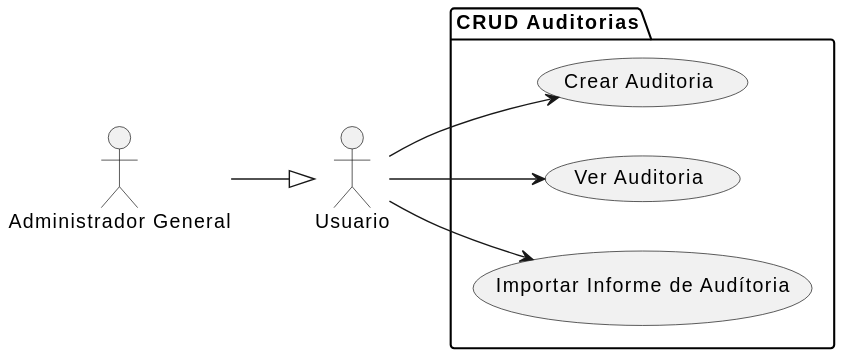
Before: docs/casosDeUso/diagramaCasosDeUso/manejoAuditoria/manejoAuditoria.svg, a diagram exported from PlantUML (mmasias/24-25-IdSw1-SDR). The source it was exported from:
```plantuml
@startuml
left to right direction
actor "Usuario" as Usuario
actor "Administrador General" as AdminGeneral

package "CRUD Auditorias" {
    usecase "Crear Auditoria" as CA1
    usecase "Ver Auditoria" as CA2
    usecase "Importar Informe de Audítoria" as CA3
}

AdminGeneral --|> Usuario
Usuario --> CA1
Usuario --> CA2
Usuario --> CA3
@enduml
```
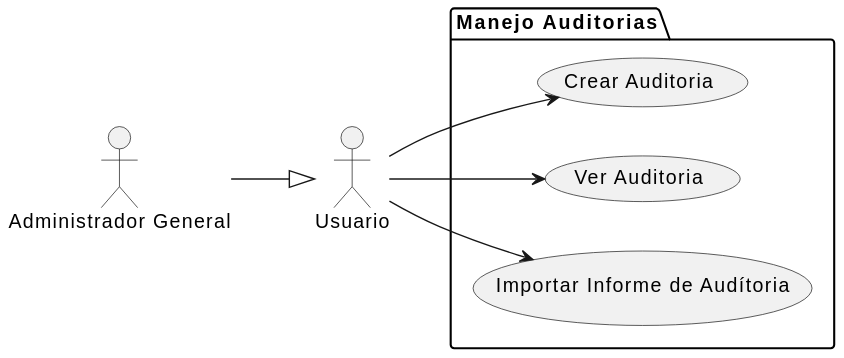
Above is the later version.

Commit message:
fix: agregar puml y actualizar SVG

What changed in the source:
```diff
@@ -3,7 +3,7 @@
 actor "Usuario" as Usuario
 actor "Administrador General" as AdminGeneral
 
-package "CRUD Auditorias" {
+package "Manejo Auditorias" {
     usecase "Crear Auditoria" as CA1
     usecase "Ver Auditoria" as CA2
     usecase "Importar Informe de Audítoria" as CA3
```
